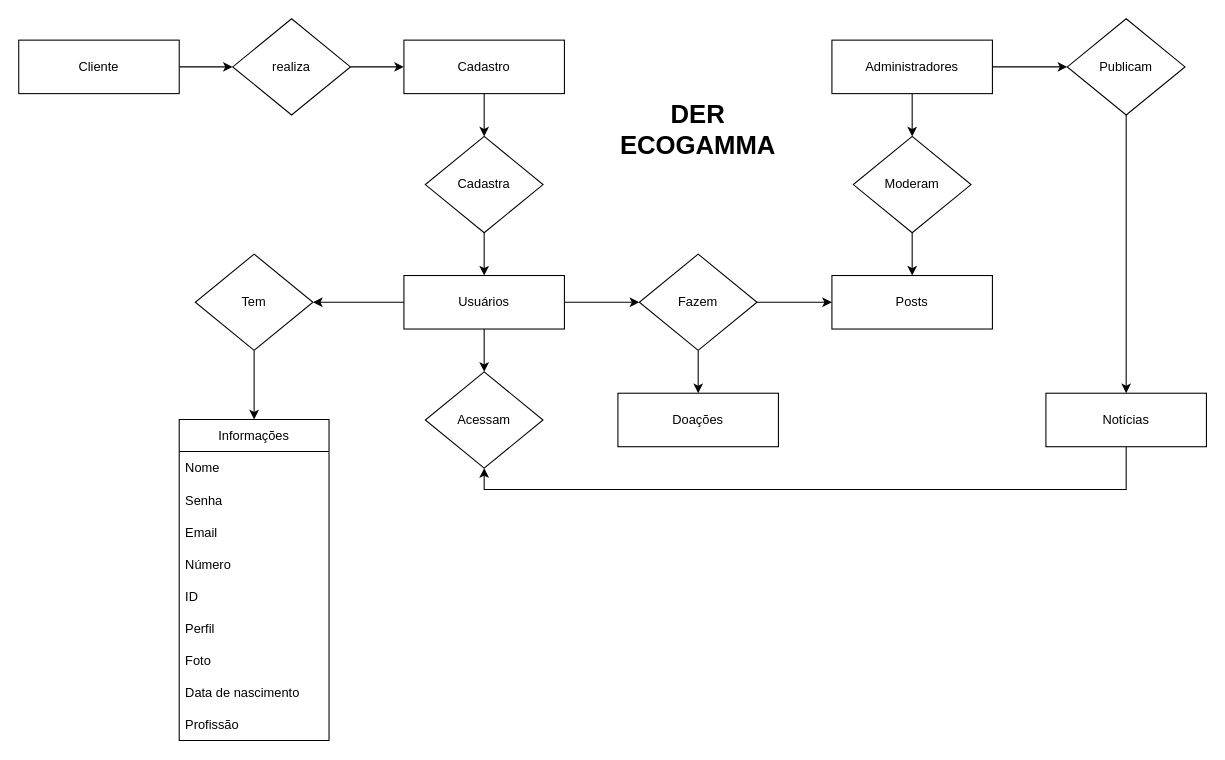
Above: page "Page-1" (1 of 2) of Mapa Conceitual/Untitled Diagram.drawio in zululuga/Ecogamma-mapa (draw.io), before the change. Source tidied: cells renumbered, new cells numbered last; positions are measured from the earlier drawing's top-left corner, leaving out a move shared by most shapes. Both pictures are drawn from the tidied source at 107%, with x=0, y=0 at pixel (18, 18).
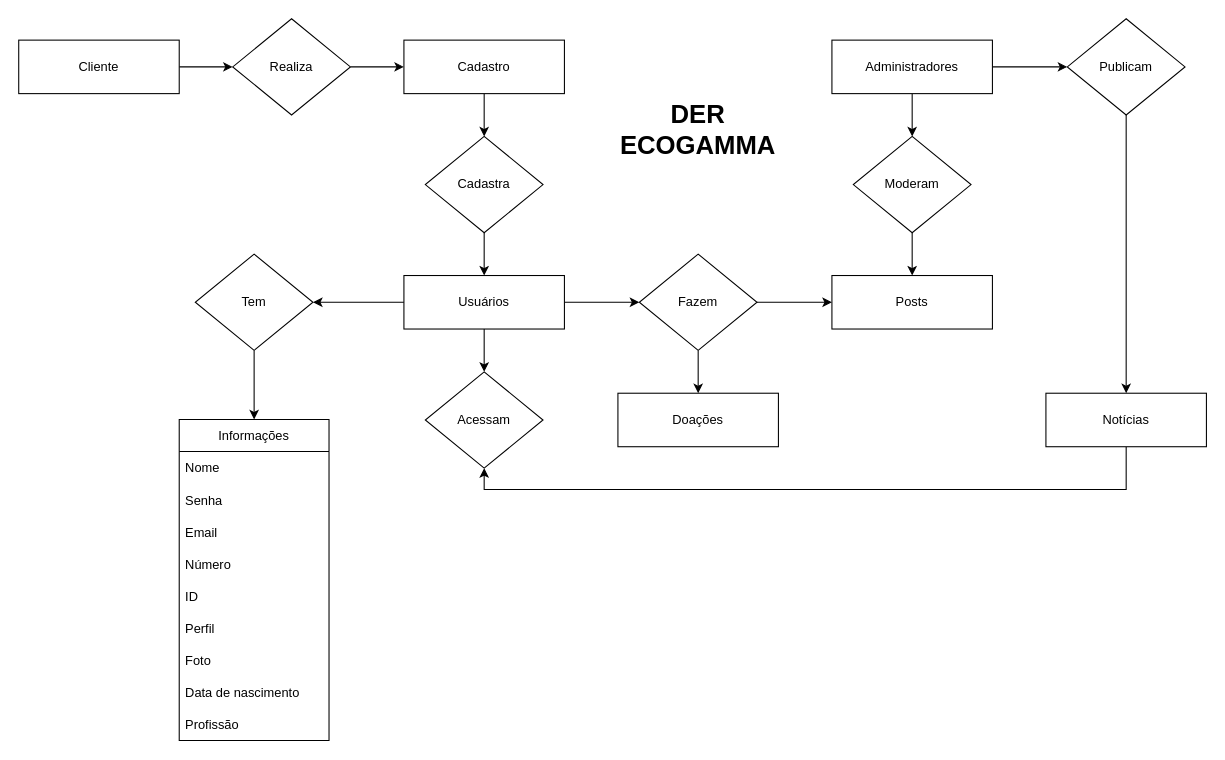
After the change.

What changed in the source:
```diff
@@
-    <mxCell id="8" value="realiza" style="rhombus;whiteSpace=wrap;html=1;" parent="1" vertex="1">
+    <mxCell id="8" value="Realiza" style="rhombus;whiteSpace=wrap;html=1;" parent="1" vertex="1">
       <mxGeometry x="200" width="110" height="90" as="geometry" />
     </mxCell>
```
